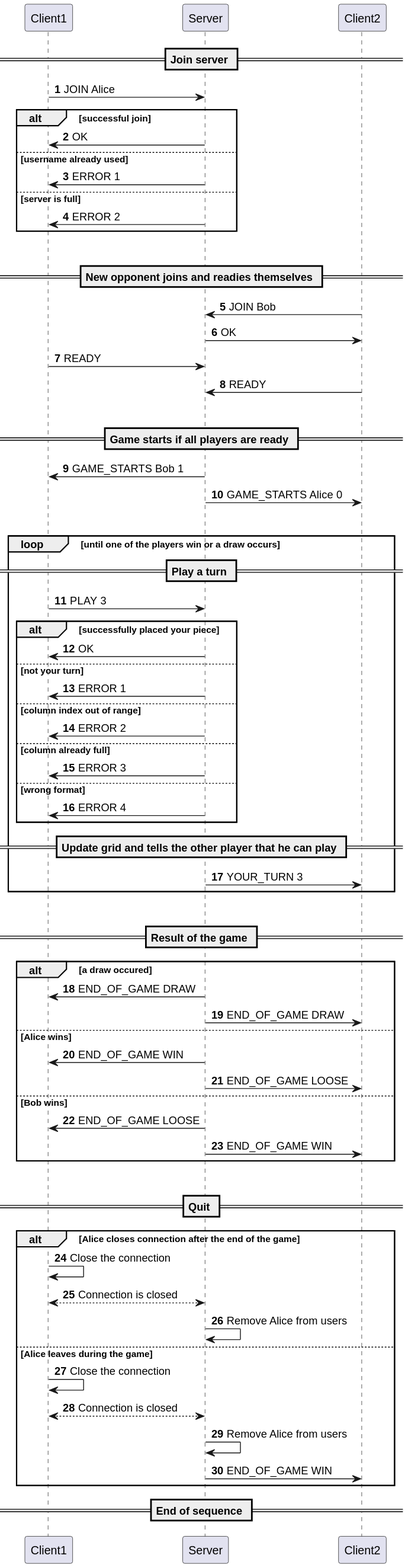
Before: docs/appProtocol/diag_protocol.svg, a diagram exported from PlantUML (Tigid0u/connect-4).
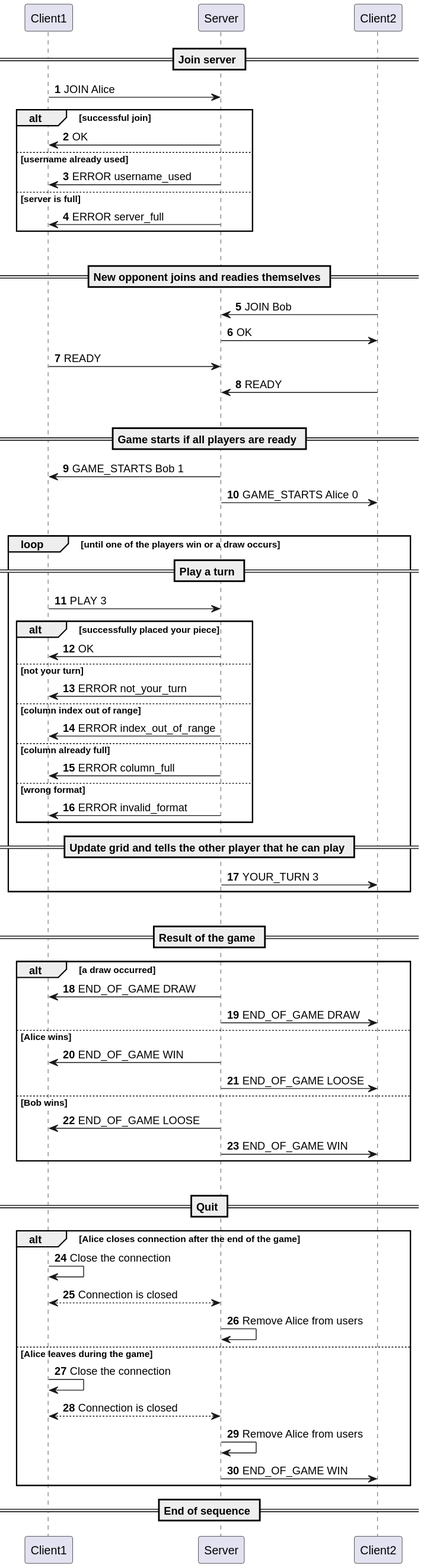
The same file after the commit.

What changed in the source:
```diff
@@ -15,11 +15,11 @@
 
 else username already used
 
-    Server -> Client1: ERROR 1
+    Server -> Client1: ERROR username_used
 
 else server is full
 
-    Server -> Client1: ERROR 2
+    Server -> Client1: ERROR server_full
 
 end
 
@@ -53,19 +53,19 @@
 
     else not your turn
 
-        Server -> Client1: ERROR 1
+        Server -> Client1: ERROR not_your_turn
 
     else column index out of range
 
-        Server -> Client1: ERROR 2
+        Server -> Client1: ERROR index_out_of_range
 
     else column already full
 
-        Server -> Client1: ERROR 3
+        Server -> Client1: ERROR column_full
 
     else wrong format
 
-        Server -> Client1: ERROR 4
+        Server -> Client1: ERROR invalid_format
 
     end
 
@@ -79,7 +79,7 @@
 
 == Result of the game ==
 
-alt a draw occured
+alt a draw occurred
 
     Server -> Client1: END_OF_GAME DRAW
     Server -> Client2: END_OF_GAME DRAW
```
